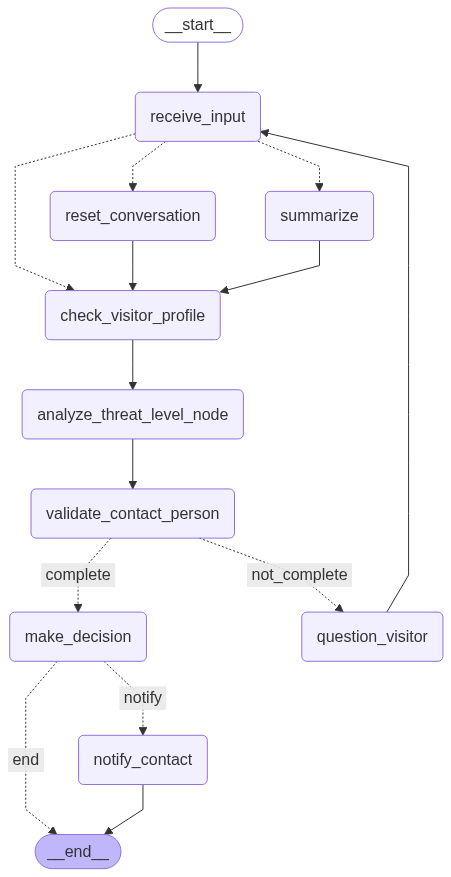
Above: text_agent/security_gate_diagram.png in 01HakanGunes/gatekeeper (Mermaid), before the change. Its source is kept beside it as text_agent/security_gate_diagram.mmd.
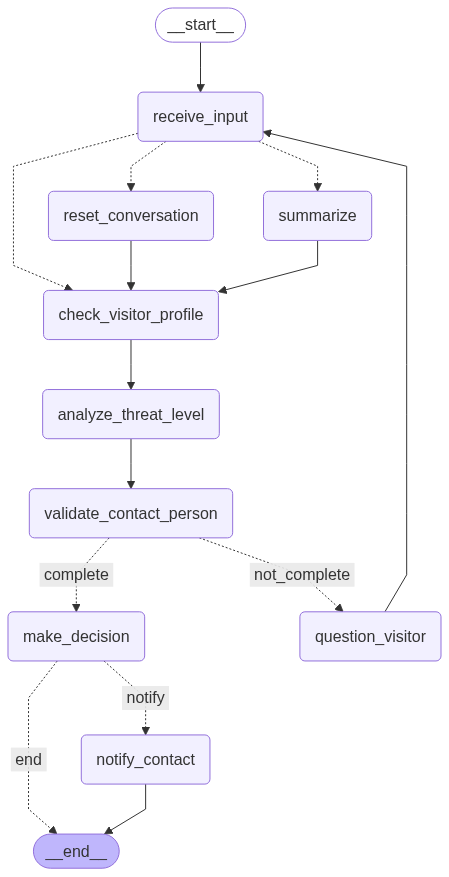
Later version of the same file.

Commit message:
Always visitor camera check for any input

Change to the diagram source:
```diff
@@ -9,15 +9,15 @@
 	summarize(summarize)
 	reset_conversation(reset_conversation)
 	check_visitor_profile(check_visitor_profile)
-	analyze_threat_level_node(analyze_threat_level_node)
+	analyze_threat_level(analyze_threat_level)
 	validate_contact_person(validate_contact_person)
 	question_visitor(question_visitor)
 	make_decision(make_decision)
 	notify_contact(notify_contact)
 	__end__([<p>__end__</p>]):::last
 	__start__ --> receive_input;
-	analyze_threat_level_node --> validate_contact_person;
-	check_visitor_profile --> analyze_threat_level_node;
+	analyze_threat_level --> validate_contact_person;
+	check_visitor_profile --> analyze_threat_level;
 	make_decision -. &nbsp;end&nbsp; .-> __end__;
 	make_decision -. &nbsp;notify&nbsp; .-> notify_contact;
 	question_visitor --> receive_input;
```
